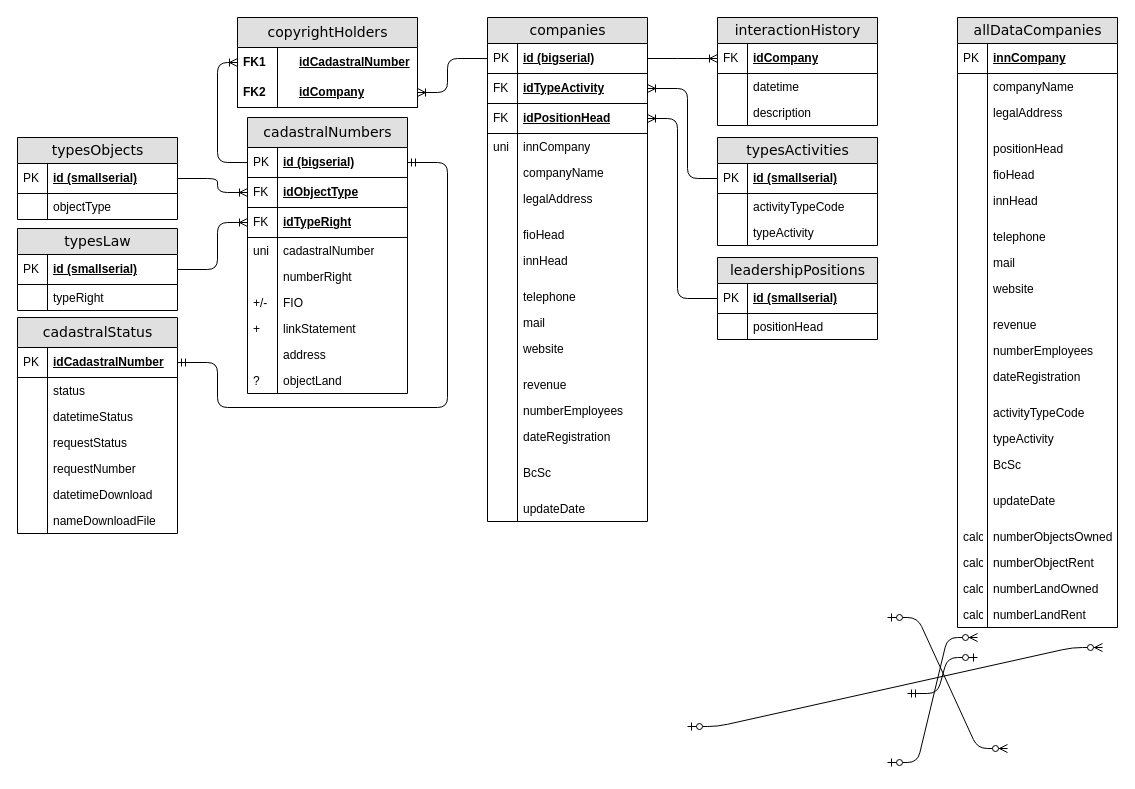
Earlier version of the draw.io diagram Диаграмма без названия.drawio (meadowse/factorial). Source tidied: cells renumbered, new cells numbered last; positions are measured from the earlier drawing's top-left corner, leaving out a move shared by most shapes. Both pictures are drawn from the tidied source at 100%, with x=0, y=0 at pixel (17, 17).
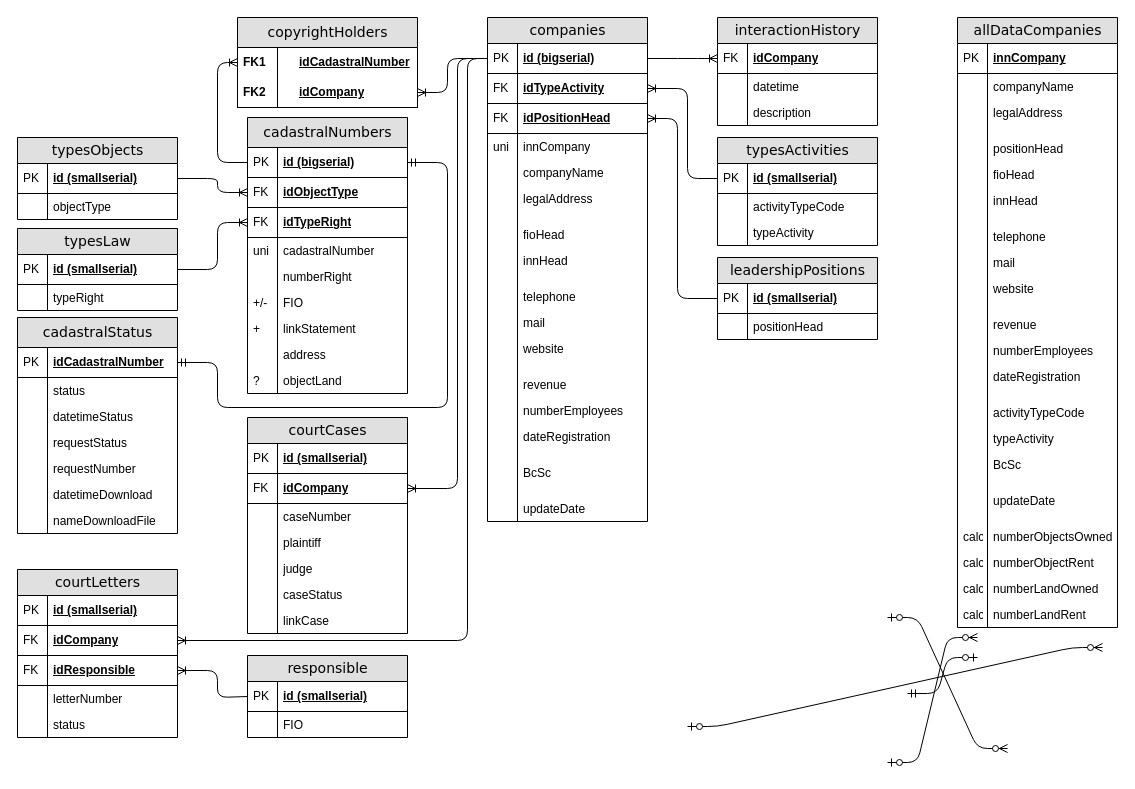
The same diagram, later.

Unchanged cells that the change refers to:
```xml
<mxCell id="8" value="id (bigserial)" style="shape=partialRectangle;top=0;left=0;right=0;bottom=1;html=1;align=left;verticalAlign=middle;fillColor=none;spacingLeft=34;spacingRight=4;whiteSpace=wrap;overflow=hidden;points=[[0,0.5],[1,0.5]];portConstraint=eastwest;fontStyle=5;" parent="7" vertex="1">
  <mxGeometry y="26" width="160" height="30" as="geometry" />
</mxCell>
```

Change to the diagram source:
```diff
@@
+    <mxCell id="178" value="courtСases" style="swimlane;html=1;fontStyle=0;horizontal=1;startSize=26;fillColor=#e0e0e0;swimlaneFillColor=#ffffff;align=center;rounded=0;shadow=0;comic=0;labelBackgroundColor=none;strokeWidth=1;fontFamily=Verdana;fontSize=14;" parent="1" vertex="1">
+      <mxGeometry x="230" y="400" width="160" height="216" as="geometry" />
+    </mxCell>
+    <mxCell id="179" value="id (smallserial)" style="shape=partialRectangle;top=0;left=0;right=0;bottom=1;html=1;align=left;verticalAlign=middle;fillColor=none;spacingLeft=34;spacingRight=4;whiteSpace=wrap;overflow=hidden;fontStyle=5;" parent="178" vertex="1">
+      <mxGeometry y="26" width="160" height="30" as="geometry" />
+    </mxCell>
+    <mxCell id="180" value="PK" style="shape=partialRectangle;top=0;left=0;bottom=0;html=1;fillColor=none;align=left;verticalAlign=middle;spacingLeft=4;spacingRight=4;whiteSpace=wrap;overflow=hidden;" parent="179" vertex="1">
+      <mxGeometry width="30" height="30" as="geometry" />
+    </mxCell>
+    <mxCell id="181" value="idCompany" style="shape=partialRectangle;top=0;left=0;right=0;bottom=1;html=1;align=left;verticalAlign=middle;fillColor=none;spacingLeft=34;spacingRight=4;whiteSpace=wrap;overflow=hidden;points=[[0,0.5],[1,0.5]];portConstraint=eastwest;fontStyle=5;" parent="178" vertex="1">
+      <mxGeometry y="56" width="160" height="30" as="geometry" />
+    </mxCell>
+    <mxCell id="182" value="FK" style="shape=partialRectangle;top=0;left=0;bottom=0;html=1;fillColor=none;align=left;verticalAlign=middle;spacingLeft=4;spacingRight=4;whiteSpace=wrap;overflow=hidden;" parent="181" vertex="1">
+      <mxGeometry width="30" height="30" as="geometry" />
+    </mxCell>
+    <mxCell id="183" value="caseNumber" style="shape=partialRectangle;top=0;left=0;right=0;bottom=0;html=1;align=left;verticalAlign=top;fillColor=none;spacingLeft=34;spacingRight=4;whiteSpace=wrap;overflow=hidden;" parent="178" vertex="1">
+      <mxGeometry y="86" width="160" height="26" as="geometry" />
+    </mxCell>
+    <mxCell id="184" style="shape=partialRectangle;top=0;left=0;bottom=0;html=1;fillColor=none;align=left;verticalAlign=top;spacingLeft=4;spacingRight=4;whiteSpace=wrap;overflow=hidden;" parent="183" vertex="1">
+      <mxGeometry width="30" height="26" as="geometry" />
+    </mxCell>
+    <mxCell id="185" value="plaintiff" style="shape=partialRectangle;top=0;left=0;right=0;bottom=0;html=1;align=left;verticalAlign=top;fillColor=none;spacingLeft=34;spacingRight=4;whiteSpace=wrap;overflow=hidden;" parent="178" vertex="1">
+      <mxGeometry y="112" width="160" height="26" as="geometry" />
+    </mxCell>
+    <mxCell id="186" style="shape=partialRectangle;top=0;left=0;bottom=0;html=1;fillColor=none;align=left;verticalAlign=top;spacingLeft=4;spacingRight=4;whiteSpace=wrap;overflow=hidden;" parent="185" vertex="1">
+      <mxGeometry width="30" height="26" as="geometry" />
+    </mxCell>
+    <mxCell id="187" value="judge" style="shape=partialRectangle;top=0;left=0;right=0;bottom=0;html=1;align=left;verticalAlign=top;fillColor=none;spacingLeft=34;spacingRight=4;whiteSpace=wrap;overflow=hidden;" parent="178" vertex="1">
+      <mxGeometry y="138" width="160" height="26" as="geometry" />
+    </mxCell>
+    <mxCell id="188" style="shape=partialRectangle;top=0;left=0;bottom=0;html=1;fillColor=none;align=left;verticalAlign=top;spacingLeft=4;spacingRight=4;whiteSpace=wrap;overflow=hidden;" parent="187" vertex="1">
+      <mxGeometry width="30" height="26" as="geometry" />
+    </mxCell>
+    <mxCell id="189" value="caseStatus" style="shape=partialRectangle;top=0;left=0;right=0;bottom=0;html=1;align=left;verticalAlign=top;fillColor=none;spacingLeft=34;spacingRight=4;whiteSpace=wrap;overflow=hidden;" parent="178" vertex="1">
+      <mxGeometry y="164" width="160" height="26" as="geometry" />
+    </mxCell>
+    <mxCell id="190" style="shape=partialRectangle;top=0;left=0;bottom=0;html=1;fillColor=none;align=left;verticalAlign=top;spacingLeft=4;spacingRight=4;whiteSpace=wrap;overflow=hidden;" parent="189" vertex="1">
+      <mxGeometry width="30" height="26" as="geometry" />
+    </mxCell>
+    <mxCell id="191" value="linkCase" style="shape=partialRectangle;top=0;left=0;right=0;bottom=0;html=1;align=left;verticalAlign=top;fillColor=none;spacingLeft=34;spacingRight=4;whiteSpace=wrap;overflow=hidden;" parent="178" vertex="1">
+      <mxGeometry y="190" width="160" height="26" as="geometry" />
+    </mxCell>
+    <mxCell id="192" style="shape=partialRectangle;top=0;left=0;bottom=0;html=1;fillColor=none;align=left;verticalAlign=top;spacingLeft=4;spacingRight=4;whiteSpace=wrap;overflow=hidden;" parent="191" vertex="1">
+      <mxGeometry width="30" height="26" as="geometry" />
+    </mxCell>
+    <mxCell id="193" style="edgeStyle=orthogonalEdgeStyle;html=1;endArrow=none;startArrow=ERoneToMany;labelBackgroundColor=none;fontFamily=Verdana;fontSize=14;exitX=1;exitY=0.5;exitDx=0;exitDy=0;entryX=0;entryY=0.5;entryDx=0;entryDy=0;endFill=0;startFill=0;" parent="1" edge="1" source="181" target="8">
+      <mxGeometry relative="1" as="geometry">
+        <Array as="points">
+          <mxPoint x="440" y="471" />
+          <mxPoint x="440" y="41" />
+        </Array>
+      </mxGeometry>
+    </mxCell>
+    <mxCell id="194" value="courtLetters" style="swimlane;html=1;fontStyle=0;horizontal=1;startSize=26;fillColor=#e0e0e0;swimlaneFillColor=#ffffff;align=center;rounded=0;shadow=0;comic=0;labelBackgroundColor=none;strokeWidth=1;fontFamily=Verdana;fontSize=14;" parent="1" vertex="1">
+      <mxGeometry y="552" width="160" height="168" as="geometry" />
+    </mxCell>
+    <mxCell id="195" value="id (smallserial)" style="shape=partialRectangle;top=0;left=0;right=0;bottom=1;html=1;align=left;verticalAlign=middle;fillColor=none;spacingLeft=34;spacingRight=4;whiteSpace=wrap;overflow=hidden;fontStyle=5;" parent="194" vertex="1">
+      <mxGeometry y="26" width="160" height="30" as="geometry" />
+    </mxCell>
+    <mxCell id="196" value="PK" style="shape=partialRectangle;top=0;left=0;bottom=0;html=1;fillColor=none;align=left;verticalAlign=middle;spacingLeft=4;spacingRight=4;whiteSpace=wrap;overflow=hidden;" parent="195" vertex="1">
+      <mxGeometry width="30" height="30" as="geometry" />
+    </mxCell>
+    <mxCell id="197" value="idCompany" style="shape=partialRectangle;top=0;left=0;right=0;bottom=1;html=1;align=left;verticalAlign=middle;fillColor=none;spacingLeft=34;spacingRight=4;whiteSpace=wrap;overflow=hidden;points=[[0,0.5],[1,0.5]];portConstraint=eastwest;fontStyle=5;" parent="194" vertex="1">
+      <mxGeometry y="56" width="160" height="30" as="geometry" />
+    </mxCell>
+    <mxCell id="198" value="FK" style="shape=partialRectangle;top=0;left=0;bottom=0;html=1;fillColor=none;align=left;verticalAlign=middle;spacingLeft=4;spacingRight=4;whiteSpace=wrap;overflow=hidden;" parent="197" vertex="1">
+      <mxGeometry width="30" height="30" as="geometry" />
+    </mxCell>
+    <mxCell id="199" value="idResponsible" style="shape=partialRectangle;top=0;left=0;right=0;bottom=1;html=1;align=left;verticalAlign=middle;fillColor=none;spacingLeft=34;spacingRight=4;whiteSpace=wrap;overflow=hidden;points=[[0,0.5],[1,0.5]];portConstraint=eastwest;fontStyle=5;" parent="194" vertex="1">
+      <mxGeometry y="86" width="160" height="30" as="geometry" />
+    </mxCell>
+    <mxCell id="200" value="FK" style="shape=partialRectangle;top=0;left=0;bottom=0;html=1;fillColor=none;align=left;verticalAlign=middle;spacingLeft=4;spacingRight=4;whiteSpace=wrap;overflow=hidden;" parent="199" vertex="1">
+      <mxGeometry width="30" height="30" as="geometry" />
+    </mxCell>
+    <mxCell id="201" value="letterNumber" style="shape=partialRectangle;top=0;left=0;right=0;bottom=0;html=1;align=left;verticalAlign=top;fillColor=none;spacingLeft=34;spacingRight=4;whiteSpace=wrap;overflow=hidden;" parent="194" vertex="1">
+      <mxGeometry y="116" width="160" height="26" as="geometry" />
+    </mxCell>
+    <mxCell id="202" style="shape=partialRectangle;top=0;left=0;bottom=0;html=1;fillColor=none;align=left;verticalAlign=top;spacingLeft=4;spacingRight=4;whiteSpace=wrap;overflow=hidden;" parent="201" vertex="1">
+      <mxGeometry width="30" height="26" as="geometry" />
+    </mxCell>
+    <mxCell id="203" value="status" style="shape=partialRectangle;top=0;left=0;right=0;bottom=0;html=1;align=left;verticalAlign=top;fillColor=none;spacingLeft=34;spacingRight=4;whiteSpace=wrap;overflow=hidden;" parent="194" vertex="1">
+      <mxGeometry y="142" width="160" height="26" as="geometry" />
+    </mxCell>
+    <mxCell id="204" style="shape=partialRectangle;top=0;left=0;bottom=0;html=1;fillColor=none;align=left;verticalAlign=top;spacingLeft=4;spacingRight=4;whiteSpace=wrap;overflow=hidden;" parent="203" vertex="1">
+      <mxGeometry width="30" height="26" as="geometry" />
+    </mxCell>
+    <mxCell id="205" style="edgeStyle=orthogonalEdgeStyle;html=1;endArrow=none;startArrow=ERoneToMany;labelBackgroundColor=none;fontFamily=Verdana;fontSize=14;exitX=1;exitY=0.5;exitDx=0;exitDy=0;entryX=0;entryY=0.5;entryDx=0;entryDy=0;endFill=0;startFill=0;" parent="1" edge="1" source="197" target="8">
+      <mxGeometry relative="1" as="geometry">
+        <Array as="points">
+          <mxPoint x="450" y="623" />
+          <mxPoint x="450" y="41" />
+        </Array>
+      </mxGeometry>
+    </mxCell>
+    <mxCell id="206" value="responsible" style="swimlane;html=1;fontStyle=0;horizontal=1;startSize=26;fillColor=#e0e0e0;swimlaneFillColor=#ffffff;align=center;rounded=0;shadow=0;comic=0;labelBackgroundColor=none;strokeWidth=1;fontFamily=Verdana;fontSize=14;" parent="1" vertex="1">
+      <mxGeometry x="230" y="638" width="160" height="82" as="geometry" />
+    </mxCell>
+    <mxCell id="207" value="id (smallserial)" style="shape=partialRectangle;top=0;left=0;right=0;bottom=1;html=1;align=left;verticalAlign=middle;fillColor=none;spacingLeft=34;spacingRight=4;whiteSpace=wrap;overflow=hidden;points=[[0,0.5],[1,0.5]];portConstraint=eastwest;fontStyle=5;" parent="206" vertex="1">
+      <mxGeometry y="26" width="160" height="30" as="geometry" />
+    </mxCell>
+    <mxCell id="208" value="PK" style="shape=partialRectangle;top=0;left=0;bottom=0;html=1;fillColor=none;align=left;verticalAlign=middle;spacingLeft=4;spacingRight=4;whiteSpace=wrap;overflow=hidden;" parent="207" vertex="1">
+      <mxGeometry width="30" height="30" as="geometry" />
+    </mxCell>
+    <mxCell id="209" value="FIO" style="shape=partialRectangle;top=0;left=0;right=0;bottom=0;html=1;align=left;verticalAlign=top;fillColor=none;spacingLeft=34;spacingRight=4;whiteSpace=wrap;overflow=hidden;" parent="206" vertex="1">
+      <mxGeometry y="56" width="160" height="26" as="geometry" />
+    </mxCell>
+    <mxCell id="210" style="shape=partialRectangle;top=0;left=0;bottom=0;html=1;fillColor=none;align=left;verticalAlign=top;spacingLeft=4;spacingRight=4;whiteSpace=wrap;overflow=hidden;" parent="209" vertex="1">
+      <mxGeometry width="30" height="26" as="geometry" />
+    </mxCell>
+    <mxCell id="211" style="edgeStyle=orthogonalEdgeStyle;html=1;endArrow=none;startArrow=ERoneToMany;labelBackgroundColor=none;fontFamily=Verdana;fontSize=14;exitX=1;exitY=0.5;exitDx=0;exitDy=0;entryX=0;entryY=0.5;entryDx=0;entryDy=0;endFill=0;startFill=0;" parent="1" edge="1" source="199" target="207">
+      <mxGeometry relative="1" as="geometry">
+        <Array as="points">
+          <mxPoint x="200" y="653" />
+          <mxPoint x="200" y="680" />
+        </Array>
+      </mxGeometry>
+    </mxCell>
```
